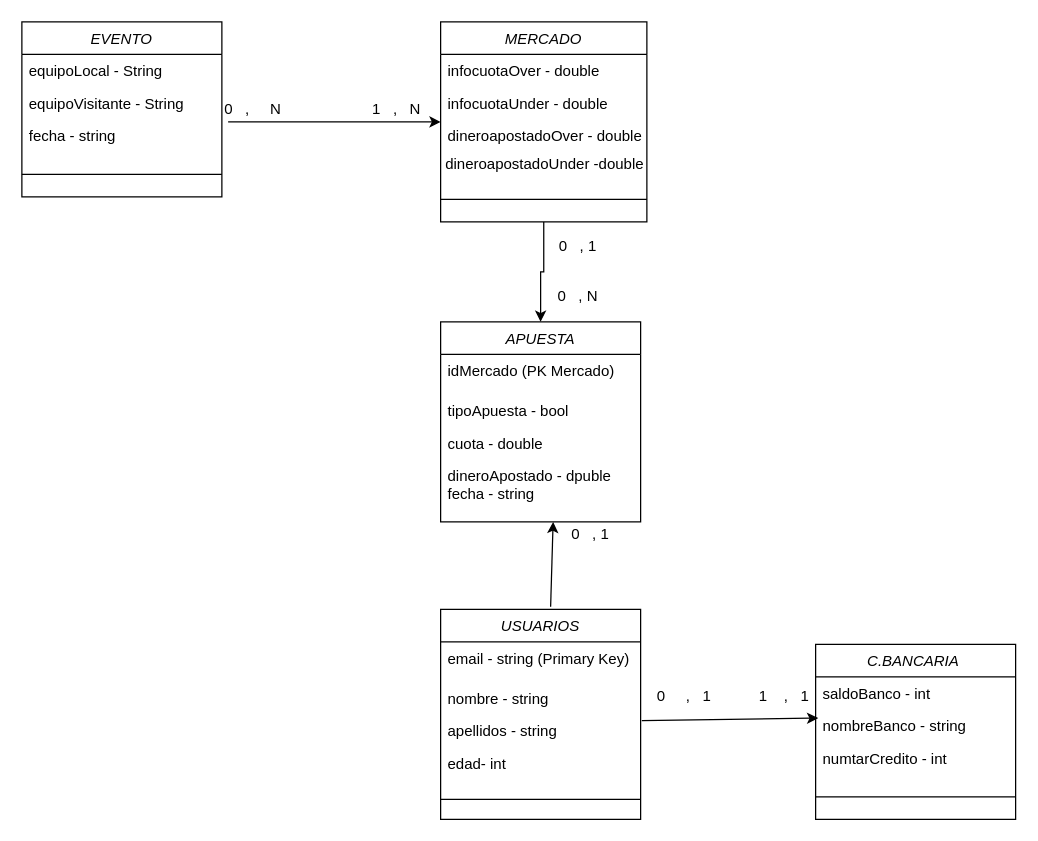
Above: Diseño Relacional/PlaceMyBet.drawio in jose5598vlc/PlaceMyBet2 (draw.io), before the change. Source tidied: cells renumbered, new cells numbered last; positions are measured from the earlier drawing's top-left corner, leaving out a move shared by most shapes. Both pictures are drawn from the tidied source at 125%, with x=0, y=0 at pixel (21, 21).
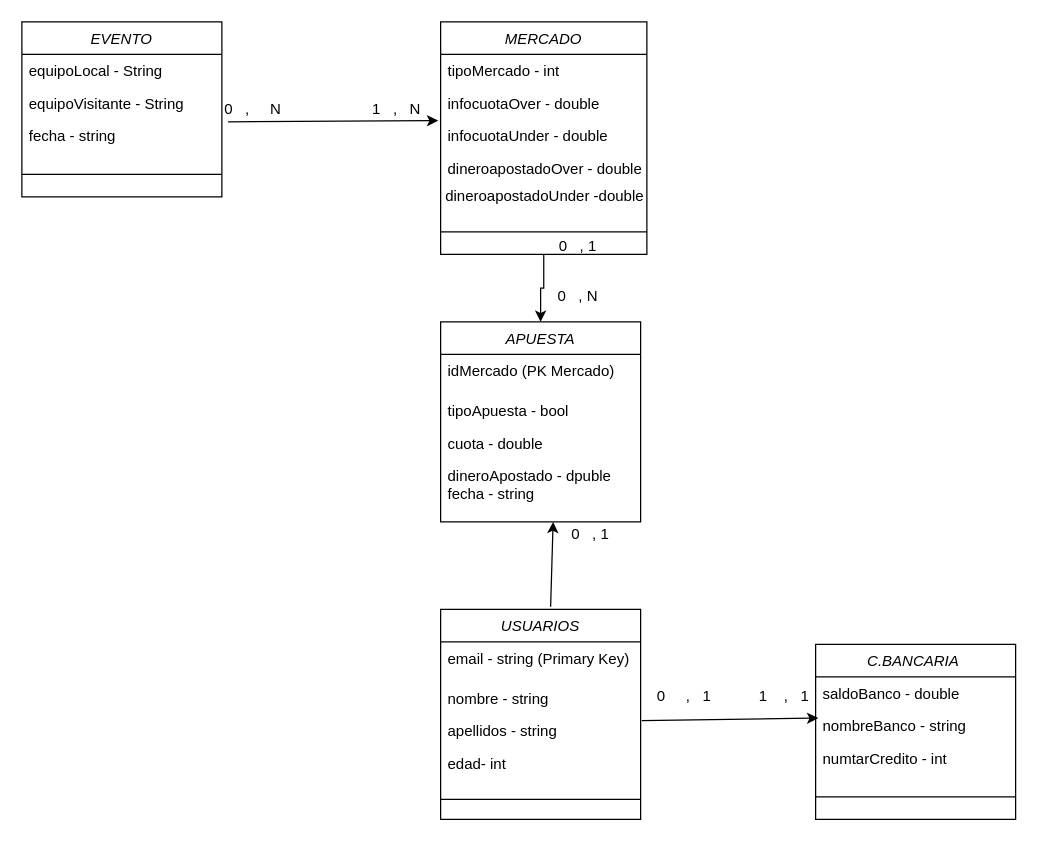
After the change.

Unchanged cells that the change refers to:
```xml
<mxCell id="26" value="C.BANCARIA " style="swimlane;fontStyle=2;align=center;verticalAlign=top;horizontal=1;startSize=26;rounded=0;shadow=0;strokeWidth=1;" parent="1" vertex="1">
  <mxGeometry x="635" y="498" width="160" height="140" as="geometry" />
</mxCell>
```

Diff of the diagram source:
```diff
@@
-    <mxCell id="2" style="endArrow=classic;html=1;entryX=0;entryY=0.077;entryDx=0;entryDy=0;entryPerimeter=0;" parent="1" edge="1" target="17">
+    <mxCell id="2" style="endArrow=classic;html=1;entryX=-0.012;entryY=0.038;entryDx=0;entryDy=0;entryPerimeter=0;" parent="1" edge="1" target="16">
       <mxGeometry relative="1" as="geometry">
         <mxPoint x="165" y="80" as="sourcePoint" />
       </mxGeometry>
     </mxCell>
@@
     <mxCell id="14" value="MERCADO" style="swimlane;fontStyle=2;align=center;verticalAlign=top;horizontal=1;startSize=26;rounded=0;shadow=0;strokeWidth=1;" parent="1" vertex="1">
-      <mxGeometry x="335" width="165" height="160" as="geometry" />
+      <mxGeometry x="335" width="165" height="186" as="geometry" />
     </mxCell>
+    <mxCell id="41" value="tipoMercado - int" style="text;align=left;verticalAlign=top;spacingLeft=4;spacingRight=4;overflow=hidden;" parent="14" vertex="1">
+      <mxGeometry y="26" width="165" height="26" as="geometry" />
+    </mxCell>
     <mxCell id="15" value="infocuotaOver - double" style="text;align=left;verticalAlign=top;spacingLeft=4;spacingRight=4;overflow=hidden;" parent="14" vertex="1">
-      <mxGeometry y="26" width="165" height="26" as="geometry" />
+      <mxGeometry y="52" width="165" height="26" as="geometry" />
     </mxCell>
     <mxCell id="16" value="infocuotaUnder - double" style="text;align=left;verticalAlign=top;spacingLeft=4;spacingRight=4;overflow=hidden;points=[[0,0.5],[1,0.5]];portConstraint=eastwest;rounded=0;shadow=0;html=0;" parent="14" vertex="1">
-      <mxGeometry y="52" width="165" height="26" as="geometry" />
+      <mxGeometry y="78" width="165" height="26" as="geometry" />
     </mxCell>
     <mxCell id="17" value="dineroapostadoOver - double" style="text;align=left;verticalAlign=top;spacingLeft=4;spacingRight=4;overflow=hidden;points=[[0,0.5],[1,0.5]];portConstraint=eastwest;rounded=0;shadow=0;html=0;" parent="14" vertex="1">
-      <mxGeometry y="78" width="165" height="26" as="geometry" />
+      <mxGeometry y="104" width="165" height="26" as="geometry" />
     </mxCell>
     <mxCell id="18" value="dineroapostadoUnder -double" style="text;html=1;align=center;verticalAlign=middle;" parent="14" vertex="1">
-      <mxGeometry y="104" width="165" height="20" as="geometry" />
+      <mxGeometry y="130" width="165" height="20" as="geometry" />
     </mxCell>
     <mxCell id="19" style="line;html=1;strokeWidth=1;align=left;verticalAlign=middle;spacingTop=-1;spacingLeft=3;spacingRight=3;labelPosition=right;" parent="14" vertex="1">
-      <mxGeometry y="124" width="165" height="36" as="geometry" />
+      <mxGeometry y="150" width="165" height="36" as="geometry" />
     </mxCell>
@@
-    <mxCell id="27" value="saldoBanco - int" style="text;align=left;verticalAlign=top;spacingLeft=4;spacingRight=4;overflow=hidden;" parent="26" vertex="1">
+    <mxCell id="27" value="saldoBanco - double" style="text;align=left;verticalAlign=top;spacingLeft=4;spacingRight=4;overflow=hidden;" parent="26" vertex="1">
       <mxGeometry y="26" width="160" height="26" as="geometry" />
     </mxCell>
```
